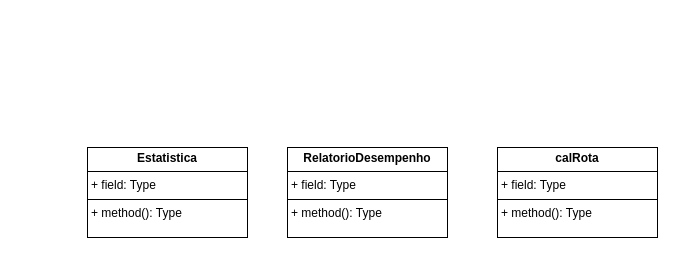
This is page "Mostrar" (4 of 4) of modelagemMalhaFerroviaria.drawio from mariaalicen/DiagramasUML, a draw.io file, before an edit. Source tidied: cells renumbered, new cells numbered last; positions are measured from the earlier drawing's top-left corner, leaving out a move shared by most shapes. Both pictures are drawn from the tidied source at 100%, with x=0, y=0 at pixel (87, 147).
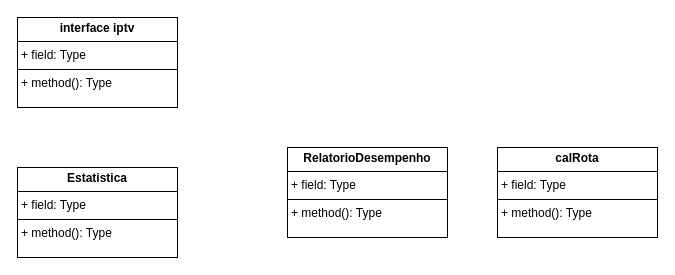
Above is the later version.

Diff of the diagram source:
```diff
@@
 <mxGraphModel>
   <root>
     <mxCell id="0" />
     <mxCell id="1" parent="0" />
     <mxCell id="2" value="&lt;p style=&quot;margin:0px;margin-top:4px;text-align:center;&quot;&gt;&lt;b&gt;Estatistica&lt;/b&gt;&lt;/p&gt;&lt;hr size=&quot;1&quot; style=&quot;border-style:solid;&quot;&gt;&lt;p style=&quot;margin:0px;margin-left:4px;&quot;&gt;+ field: Type&lt;/p&gt;&lt;hr size=&quot;1&quot; style=&quot;border-style:solid;&quot;&gt;&lt;p style=&quot;margin:0px;margin-left:4px;&quot;&gt;+ method(): Type&lt;/p&gt;" style="verticalAlign=top;align=left;overflow=fill;html=1;whiteSpace=wrap;" parent="1" vertex="1">
-      <mxGeometry width="160" height="90" as="geometry" />
+      <mxGeometry x="-70" y="20" width="160" height="90" as="geometry" />
     </mxCell>
     <mxCell id="3" value="&lt;p style=&quot;margin:0px;margin-top:4px;text-align:center;&quot;&gt;&lt;b&gt;RelatorioDesempenho&lt;/b&gt;&lt;/p&gt;&lt;hr size=&quot;1&quot; style=&quot;border-style:solid;&quot;&gt;&lt;p style=&quot;margin:0px;margin-left:4px;&quot;&gt;+ field: Type&lt;/p&gt;&lt;hr size=&quot;1&quot; style=&quot;border-style:solid;&quot;&gt;&lt;p style=&quot;margin:0px;margin-left:4px;&quot;&gt;+ method(): Type&lt;/p&gt;" style="verticalAlign=top;align=left;overflow=fill;html=1;whiteSpace=wrap;" parent="1" vertex="1">
       <mxGeometry x="200" width="160" height="90" as="geometry" />
     </mxCell>
     <mxCell id="4" value="&lt;p style=&quot;margin:0px;margin-top:4px;text-align:center;&quot;&gt;&lt;b&gt;calRota&lt;/b&gt;&lt;/p&gt;&lt;hr size=&quot;1&quot; style=&quot;border-style:solid;&quot;&gt;&lt;p style=&quot;margin:0px;margin-left:4px;&quot;&gt;+ field: Type&lt;/p&gt;&lt;hr size=&quot;1&quot; style=&quot;border-style:solid;&quot;&gt;&lt;p style=&quot;margin:0px;margin-left:4px;&quot;&gt;+ method(): Type&lt;/p&gt;" style="verticalAlign=top;align=left;overflow=fill;html=1;whiteSpace=wrap;" parent="1" vertex="1">
       <mxGeometry x="410" width="160" height="90" as="geometry" />
     </mxCell>
+    <mxCell id="5" value="&lt;p style=&quot;margin:0px;margin-top:4px;text-align:center;&quot;&gt;&lt;b&gt;interface iptv&lt;/b&gt;&lt;/p&gt;&lt;hr size=&quot;1&quot; style=&quot;border-style:solid;&quot;&gt;&lt;p style=&quot;margin:0px;margin-left:4px;&quot;&gt;+ field: Type&lt;/p&gt;&lt;hr size=&quot;1&quot; style=&quot;border-style:solid;&quot;&gt;&lt;p style=&quot;margin:0px;margin-left:4px;&quot;&gt;+ method(): Type&lt;/p&gt;" style="verticalAlign=top;align=left;overflow=fill;html=1;whiteSpace=wrap;" parent="1" vertex="1">
+      <mxGeometry x="-70" y="-130" width="160" height="90" as="geometry" />
+    </mxCell>
   </root>
 </mxGraphModel>
```
